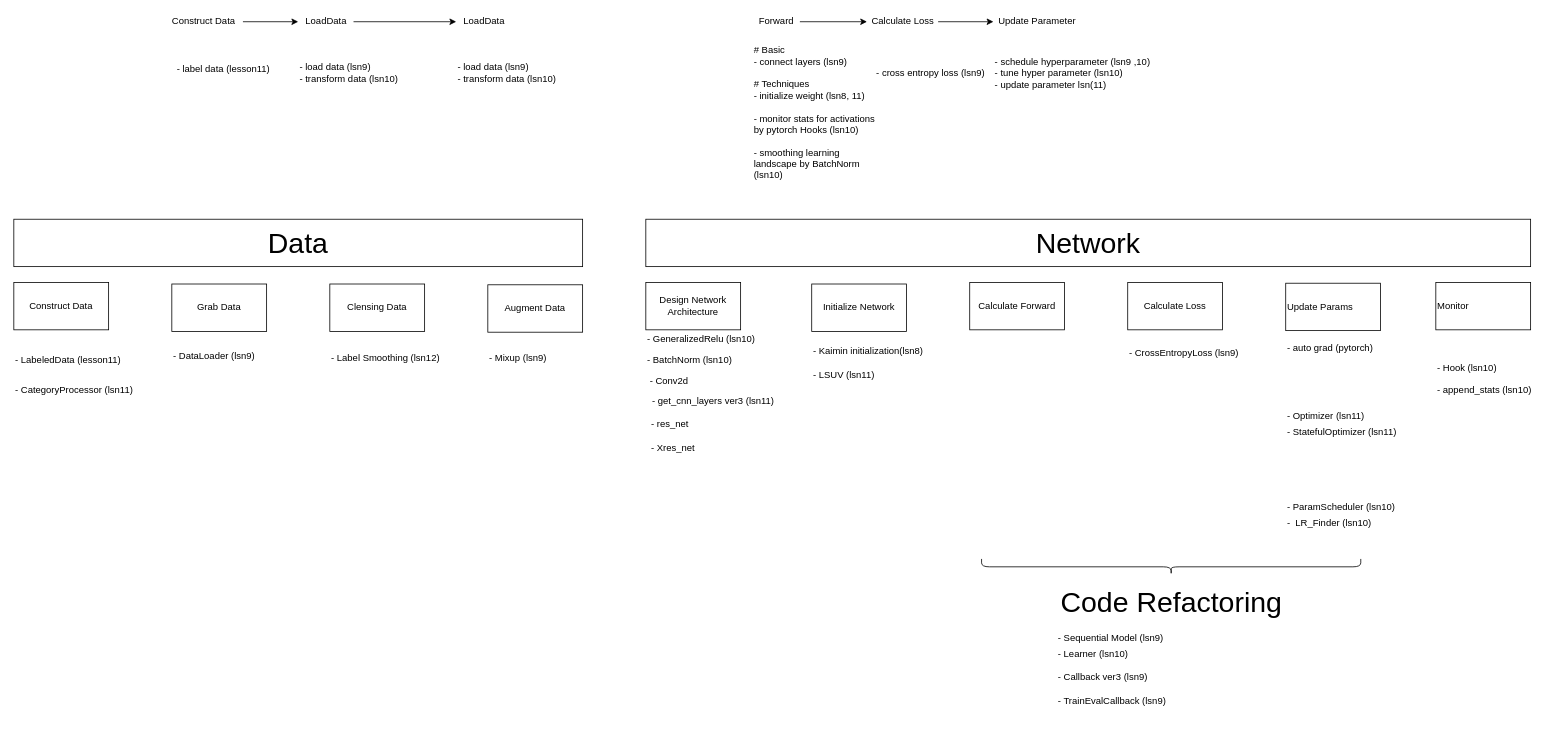
shuntaka/study-fastai keeps this draw.io diagram as page "overview" (1 of 7) of lesson_note/studyFastaiFigures.drawio. Above is the earlier version. Source tidied: cells renumbered, new cells numbered last; positions are measured from the earlier drawing's top-left corner, leaving out a move shared by most shapes. Both pictures are drawn from the tidied source at 79%, with x=0, y=0 at pixel (13, 13).
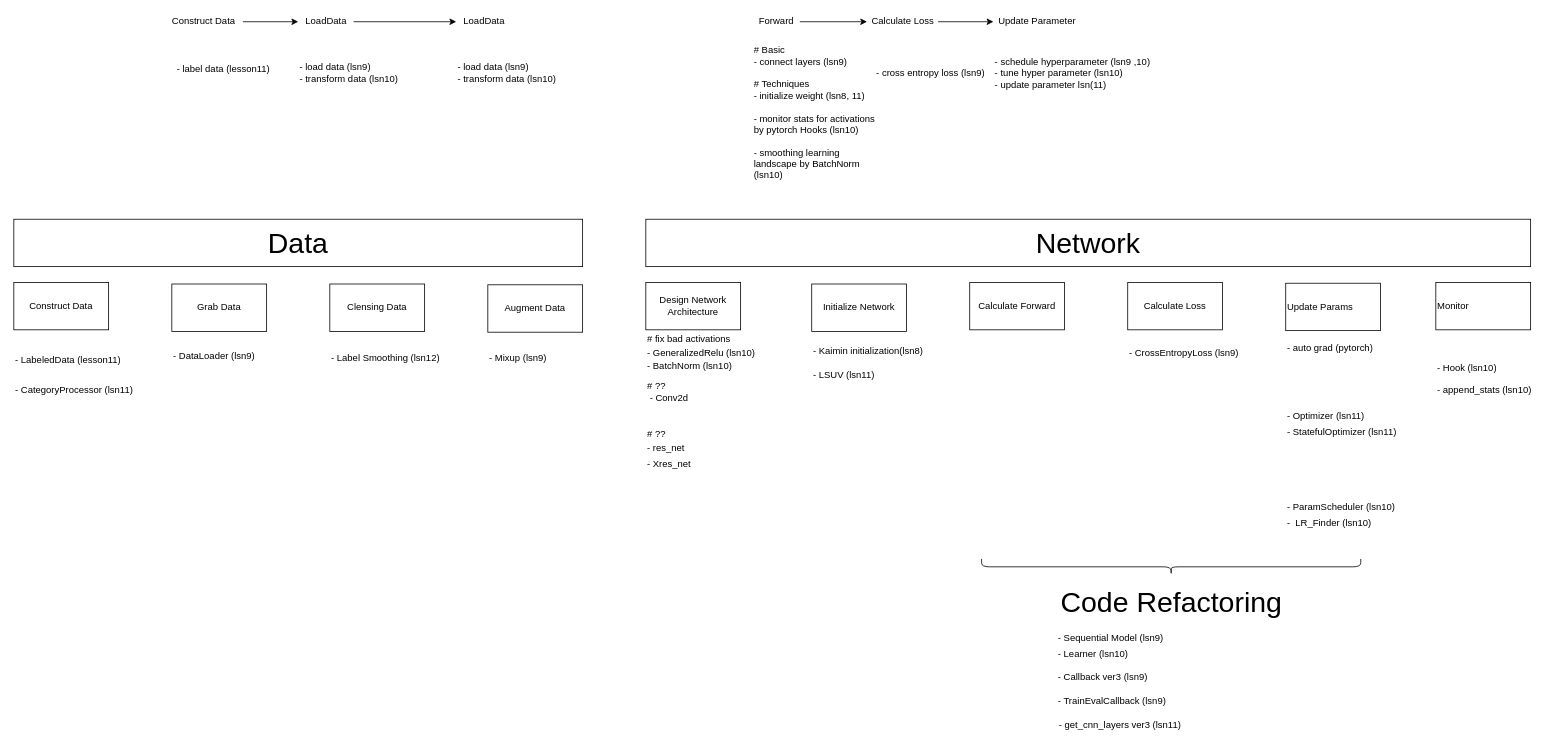
The same page after the edit.

Commit message (it also covers changes not shown here):
BatchNorm, LayerNorm, InstanceNorm

The edit, as a diff of the source:
```diff
@@
     <mxCell id="32" value="- BatchNorm (lsn10)" style="text;html=1;align=left;verticalAlign=middle;" parent="1" vertex="1">
-      <mxGeometry x="800" y="429" width="120" height="20" as="geometry" />
+      <mxGeometry x="800" y="436" width="120" height="20" as="geometry" />
     </mxCell>
@@
     <mxCell id="44" value="- get_cnn_layers ver3 (lsn11)" style="text;html=1;align=center;verticalAlign=middle;" parent="1" vertex="1">
-      <mxGeometry x="800" y="480" width="170" height="20" as="geometry" />
+      <mxGeometry x="1315" y="890" width="170" height="20" as="geometry" />
     </mxCell>
@@
     <mxCell id="47" value="&amp;nbsp;- Conv2d" style="text;html=1;align=left;verticalAlign=middle;" parent="1" vertex="1">
-      <mxGeometry x="800" y="455" width="70" height="20" as="geometry" />
+      <mxGeometry x="800" y="477" width="70" height="20" as="geometry" />
     </mxCell>
     <mxCell id="48" value="- GeneralizedRelu (lsn10)" style="text;html=1;align=left;verticalAlign=middle;" parent="1" vertex="1">
-      <mxGeometry x="800" y="402" width="150" height="20" as="geometry" />
+      <mxGeometry x="800" y="419" width="150" height="20" as="geometry" />
     </mxCell>
@@
     <mxCell id="54" value="- res_net&amp;nbsp;" style="text;html=1;align=left;verticalAlign=middle;" parent="1" vertex="1">
-      <mxGeometry x="805" y="510" width="70" height="20" as="geometry" />
+      <mxGeometry x="800" y="540" width="70" height="20" as="geometry" />
     </mxCell>
     <mxCell id="55" value="- Xres_net&amp;nbsp;" style="text;html=1;align=left;verticalAlign=middle;" parent="1" vertex="1">
-      <mxGeometry x="805" y="540" width="70" height="20" as="geometry" />
+      <mxGeometry x="800" y="560" width="70" height="20" as="geometry" />
     </mxCell>
@@
+    <mxCell id="59" value="# fix bad activations" style="text;html=1;align=left;verticalAlign=middle;" parent="1" vertex="1">
+      <mxGeometry x="800" y="402" width="120" height="20" as="geometry" />
+    </mxCell>
+    <mxCell id="60" value="# ??" style="text;html=1;align=left;verticalAlign=middle;" parent="1" vertex="1">
+      <mxGeometry x="800" y="462" width="40" height="20" as="geometry" />
+    </mxCell>
+    <mxCell id="61" value="# ??" style="text;html=1;align=left;verticalAlign=middle;" parent="1" vertex="1">
+      <mxGeometry x="800" y="522" width="40" height="20" as="geometry" />
+    </mxCell>
```
